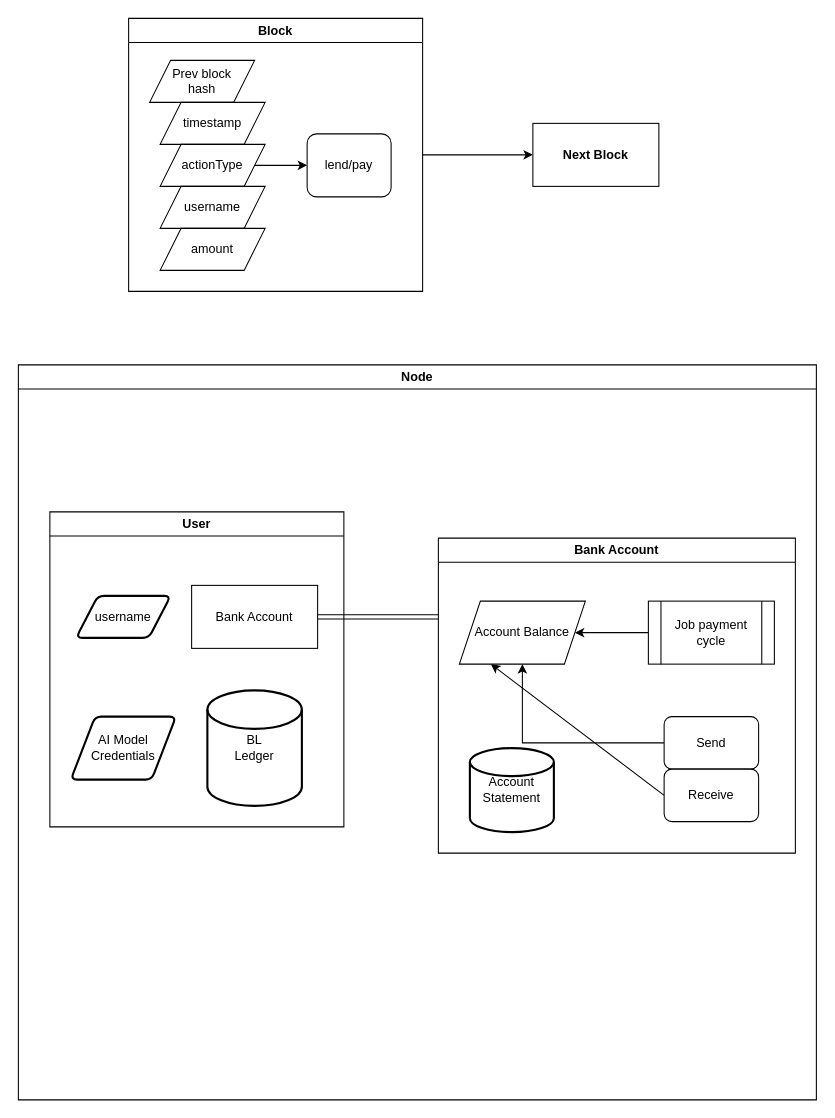
Before: Blockchain-Loan-AI-Verification.drawio in DanielOnGitHub17/blockchain-loan-system, a draw.io diagram. Source tidied: cells renumbered, new cells numbered last; positions are measured from the earlier drawing's top-left corner, leaving out a move shared by most shapes. Both pictures are drawn from the tidied source at 105%, with x=0, y=0 at pixel (18, 18).
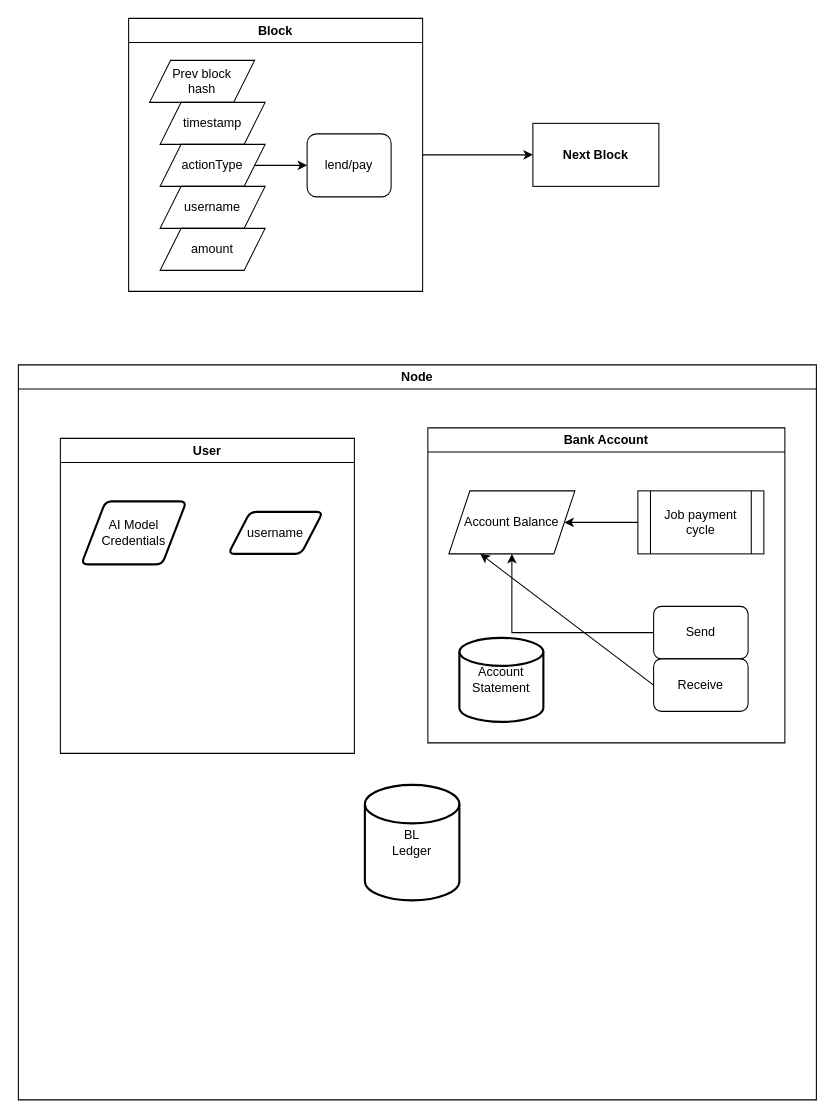
The same page after the edit.

Commit message (it also covers changes not shown here):
Diagrams of blockchain architecture for the system

Unchanged cells that the change refers to:
```xml
<mxCell id="12" value="Node" style="swimlane;whiteSpace=wrap;html=1;startSize=23;" parent="1" vertex="1">
  <mxGeometry y="330" width="760" height="700" as="geometry" />
</mxCell>
```

What changed in the source:
```diff
@@
+    <mxCell id="24" value="BL&lt;div&gt;Ledger&lt;/div&gt;" style="strokeWidth=2;html=1;shape=mxgraph.flowchart.database;whiteSpace=wrap;" parent="12" vertex="1">
+      <mxGeometry x="330" y="400" width="90" height="110" as="geometry" />
+    </mxCell>
-    <mxCell id="13" value="Bank Account" style="swimlane;whiteSpace=wrap;html=1;" parent="1" vertex="1">
-      <mxGeometry x="400" y="495" width="340" height="300" as="geometry" />
+    <mxCell id="13" value="Bank Account" style="swimlane;whiteSpace=wrap;html=1;" parent="12" vertex="1">
+      <mxGeometry x="390" y="60" width="340" height="300" as="geometry" />
     </mxCell>
@@
-    <mxCell id="22" value="User" style="swimlane;whiteSpace=wrap;html=1;" parent="1" vertex="1">
-      <mxGeometry x="30" y="470" width="280" height="300" as="geometry" />
+    <mxCell id="22" value="User" style="swimlane;whiteSpace=wrap;html=1;" parent="12" vertex="1">
+      <mxGeometry x="40" y="70" width="280" height="300" as="geometry" />
     </mxCell>
-    <mxCell id="23" value="Bank Account" style="rounded=0;whiteSpace=wrap;html=1;" parent="22" vertex="1">
-      <mxGeometry x="135" y="70" width="120" height="60" as="geometry" />
-    </mxCell>
-    <mxCell id="24" value="BL&lt;div&gt;Ledger&lt;/div&gt;" style="strokeWidth=2;html=1;shape=mxgraph.flowchart.database;whiteSpace=wrap;" parent="22" vertex="1">
-      <mxGeometry x="150" y="170" width="90" height="110" as="geometry" />
-    </mxCell>
+    <mxCell id="26" value="AI Model&lt;div&gt;Credentials&lt;/div&gt;" style="shape=parallelogram;html=1;strokeWidth=2;perimeter=parallelogramPerimeter;whiteSpace=wrap;rounded=1;arcSize=12;size=0.23;" parent="22" vertex="1">
+      <mxGeometry x="20" y="60" width="100" height="60" as="geometry" />
+    </mxCell>
     <mxCell id="25" value="username" style="shape=parallelogram;html=1;strokeWidth=2;perimeter=parallelogramPerimeter;whiteSpace=wrap;rounded=1;arcSize=12;size=0.23;" parent="22" vertex="1">
-      <mxGeometry x="25" y="80" width="90" height="40" as="geometry" />
+      <mxGeometry x="160" y="70" width="90" height="40" as="geometry" />
     </mxCell>
-    <mxCell id="26" value="AI Model&lt;div&gt;Credentials&lt;/div&gt;" style="shape=parallelogram;html=1;strokeWidth=2;perimeter=parallelogramPerimeter;whiteSpace=wrap;rounded=1;arcSize=12;size=0.23;" parent="22" vertex="1">
-      <mxGeometry x="20" y="195" width="100" height="60" as="geometry" />
-    </mxCell>
-    <mxCell id="27" style="edgeStyle=orthogonalEdgeStyle;shape=link;rounded=0;jettySize=auto;html=1;entryX=0;entryY=0.25;entryDx=0;entryDy=0;defaultLabelBackgroundColor=page;" parent="1" edge="1" source="23" target="13">
-      <mxGeometry relative="1" as="geometry" />
-    </mxCell>
```
